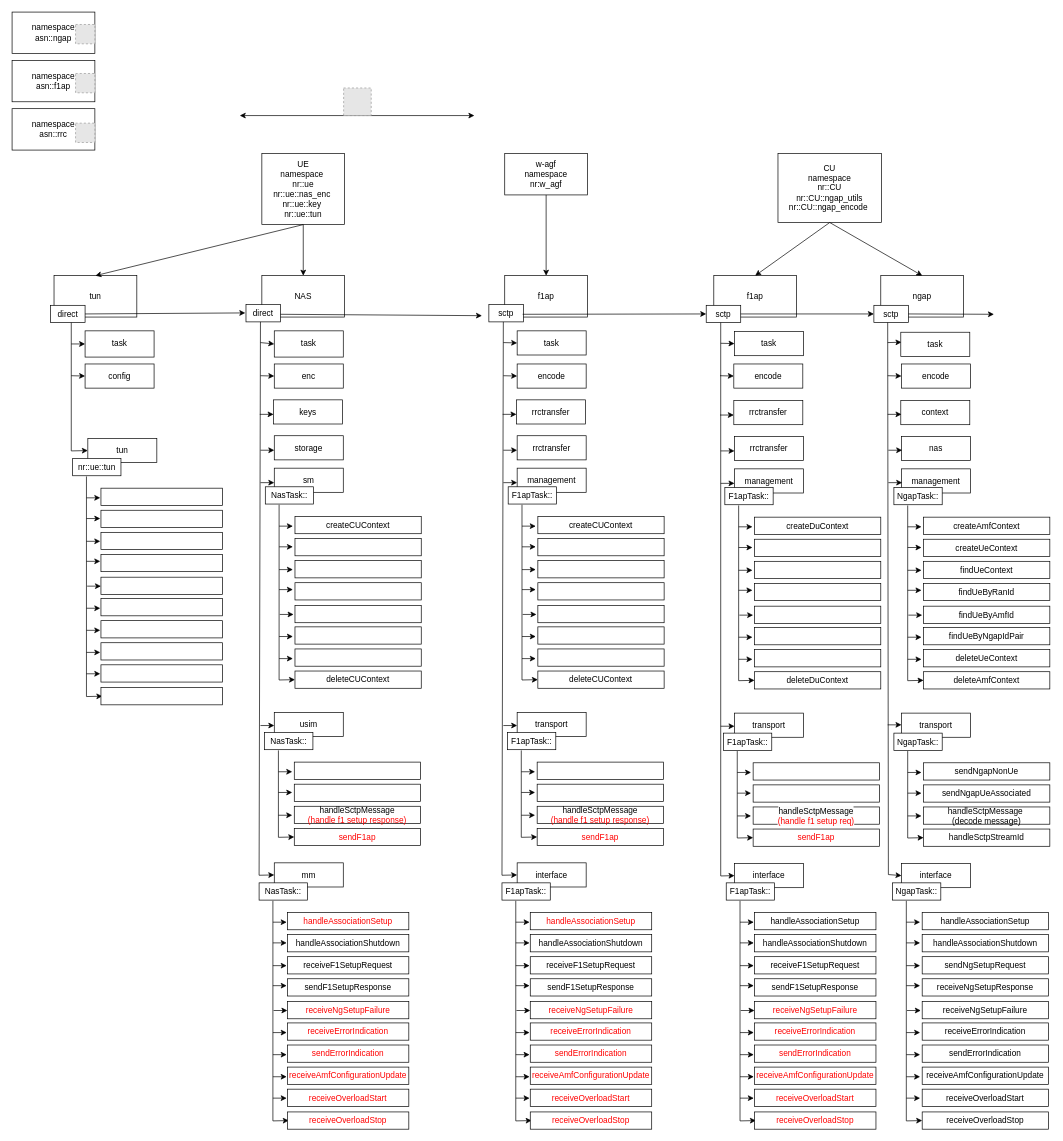
The draw.io diagram page "f1ap & ngap code architecture" (1 of 4) of Diagram of code.drawio in saffanazyan07/z-UERANSIM-W-AGF, before the edit. Source tidied: cells renumbered, new cells numbered last; positions are measured from the earlier drawing's top-left corner, leaving out a move shared by most shapes. Both pictures are drawn from the tidied source at 69%, with x=0, y=0 at pixel (12, 12). Pictures stored in the file or linked from it are replaced by grey dashed boxes.
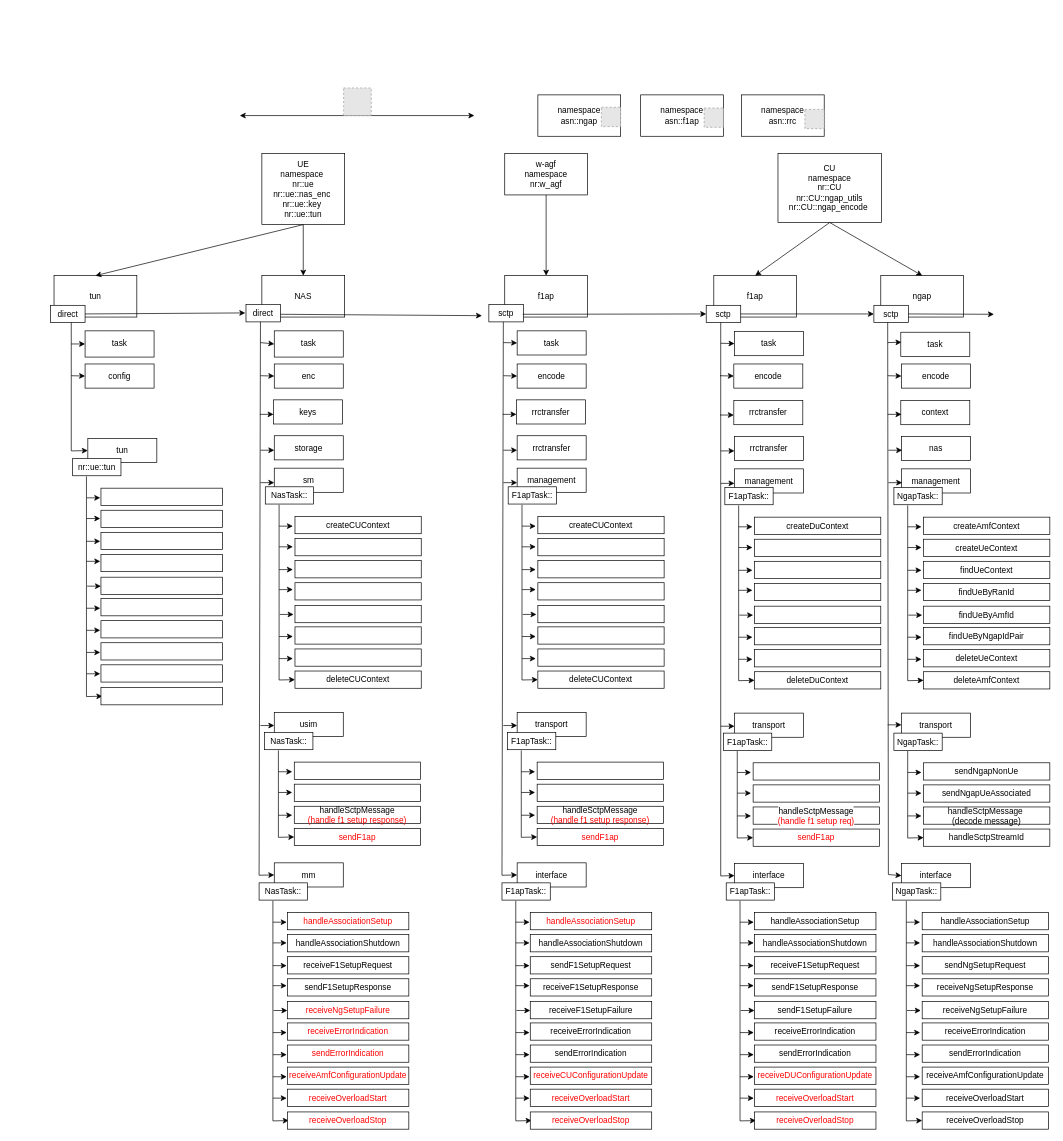
Above is the later version.

The edit, as a diff of the source:
```diff
@@
-    <mxCell id="5" value="namespace asn::ngap" style="rounded=0;whiteSpace=wrap;html=1;" parent="1" vertex="1">
-      <mxGeometry width="120" height="60" as="geometry" />
-    </mxCell>
-    <mxCell id="6" value="namespace&lt;div&gt;asn::f1ap&lt;/div&gt;" style="rounded=0;whiteSpace=wrap;html=1;" parent="1" vertex="1">
-      <mxGeometry y="70" width="120" height="60" as="geometry" />
-    </mxCell>
@@
-    <mxCell id="8" value="namespace&lt;div&gt;asn::rrc&lt;/div&gt;" style="rounded=0;whiteSpace=wrap;html=1;" parent="1" vertex="1">
-      <mxGeometry y="140" width="120" height="60" as="geometry" />
-    </mxCell>
@@
-    <mxCell id="82" value="&lt;span&gt;&lt;font color=&quot;#ff0000&quot;&gt;receiveNgSetupFailure&lt;/font&gt;&lt;/span&gt;" style="rounded=0;whiteSpace=wrap;html=1;fontStyle=0;" parent="1" vertex="1">
+    <mxCell id="82" value="&lt;span&gt;sendF1SetupFailure&lt;/span&gt;" style="rounded=0;whiteSpace=wrap;html=1;fontStyle=0;strokeColor=#000000;" parent="1" vertex="1">
       <mxGeometry x="1076" y="1434" width="176" height="25" as="geometry" />
     </mxCell>
-    <mxCell id="83" value="receiveErrorIndication" style="rounded=0;whiteSpace=wrap;html=1;fontColor=#FF0000;" parent="1" vertex="1">
+    <mxCell id="83" value="&lt;font color=&quot;#000000&quot;&gt;receiveErrorIndication&lt;/font&gt;" style="rounded=0;whiteSpace=wrap;html=1;fontColor=#FF0000;" parent="1" vertex="1">
       <mxGeometry x="1076" y="1465" width="176" height="25" as="geometry" />
     </mxCell>
-    <mxCell id="84" value="&lt;font color=&quot;#ff0000&quot;&gt;sendErrorIndication&lt;/font&gt;" style="rounded=0;whiteSpace=wrap;html=1;" parent="1" vertex="1">
+    <mxCell id="84" value="sendErrorIndication" style="rounded=0;whiteSpace=wrap;html=1;" parent="1" vertex="1">
       <mxGeometry x="1076" y="1497" width="176" height="25" as="geometry" />
     </mxCell>
-    <mxCell id="85" value="&lt;font color=&quot;#ff0000&quot;&gt;receiveAmfConfigurationUpdate&lt;/font&gt;" style="rounded=0;whiteSpace=wrap;html=1;" parent="1" vertex="1">
+    <mxCell id="85" value="&lt;font color=&quot;#ff0000&quot;&gt;receiveDUConfigurationUpdate&lt;/font&gt;" style="rounded=0;whiteSpace=wrap;html=1;" parent="1" vertex="1">
       <mxGeometry x="1076" y="1529" width="176" height="25" as="geometry" />
     </mxCell>
@@
-    <mxCell id="99" value="receiveF1SetupRequest" style="rounded=0;whiteSpace=wrap;html=1;" parent="1" vertex="1">
+    <mxCell id="99" value="sendF1SetupRequest" style="rounded=0;whiteSpace=wrap;html=1;" parent="1" vertex="1">
       <mxGeometry x="751" y="1369" width="176" height="25" as="geometry" />
     </mxCell>
@@
-    <mxCell id="101" value="sendF1SetupResponse" style="rounded=0;whiteSpace=wrap;html=1;" parent="1" vertex="1">
+    <mxCell id="101" value="receiveF1SetupResponse" style="rounded=0;whiteSpace=wrap;html=1;" parent="1" vertex="1">
       <mxGeometry x="751" y="1401" width="176" height="25" as="geometry" />
     </mxCell>
@@
-    <mxCell id="103" value="&lt;span&gt;&lt;font color=&quot;#ff0000&quot;&gt;receiveNgSetupFailure&lt;/font&gt;&lt;/span&gt;" style="rounded=0;whiteSpace=wrap;html=1;fontStyle=0;" parent="1" vertex="1">
+    <mxCell id="103" value="&lt;span&gt;receiveF1SetupFailure&lt;/span&gt;" style="rounded=0;whiteSpace=wrap;html=1;fontStyle=0;" parent="1" vertex="1">
       <mxGeometry x="751" y="1434" width="176" height="25" as="geometry" />
     </mxCell>
-    <mxCell id="104" value="receiveErrorIndication" style="rounded=0;whiteSpace=wrap;html=1;fontColor=#FF0000;" parent="1" vertex="1">
+    <mxCell id="104" value="&lt;font color=&quot;#000000&quot;&gt;receiveErrorIndication&lt;/font&gt;" style="rounded=0;whiteSpace=wrap;html=1;fontColor=#FF0000;" parent="1" vertex="1">
       <mxGeometry x="751" y="1465" width="176" height="25" as="geometry" />
     </mxCell>
-    <mxCell id="105" value="&lt;font color=&quot;#ff0000&quot;&gt;sendErrorIndication&lt;/font&gt;" style="rounded=0;whiteSpace=wrap;html=1;" parent="1" vertex="1">
+    <mxCell id="105" value="sendErrorIndication" style="rounded=0;whiteSpace=wrap;html=1;" parent="1" vertex="1">
       <mxGeometry x="751" y="1497" width="176" height="25" as="geometry" />
     </mxCell>
-    <mxCell id="106" value="&lt;font color=&quot;#ff0000&quot;&gt;receiveAmfConfigurationUpdate&lt;/font&gt;" style="rounded=0;whiteSpace=wrap;html=1;" parent="1" vertex="1">
+    <mxCell id="106" value="&lt;font color=&quot;#ff0000&quot;&gt;receiveCUConfigurationUpdate&lt;/font&gt;" style="rounded=0;whiteSpace=wrap;html=1;" parent="1" vertex="1">
       <mxGeometry x="751" y="1529" width="176" height="25" as="geometry" />
     </mxCell>
@@
-    <mxCell id="180" style="fillColor=#E6E6E6;strokeColor=#999999;dashed=1;verticalLabelPosition=bottom;labelBackgroundColor=default;verticalAlign=top;" parent="1" vertex="1">
-      <mxGeometry x="92" y="18" width="28" height="28" as="geometry" />
-    </mxCell>
-    <mxCell id="181" style="fillColor=#E6E6E6;strokeColor=#999999;dashed=1;verticalLabelPosition=bottom;labelBackgroundColor=default;verticalAlign=top;" parent="1" vertex="1">
-      <mxGeometry x="92" y="89" width="28" height="28" as="geometry" />
-    </mxCell>
-    <mxCell id="182" style="fillColor=#E6E6E6;strokeColor=#999999;dashed=1;verticalLabelPosition=bottom;labelBackgroundColor=default;verticalAlign=top;" parent="1" vertex="1">
-      <mxGeometry x="92" y="161" width="28" height="28" as="geometry" />
-    </mxCell>
@@
+    <mxCell id="5" value="namespace asn::ngap" style="rounded=0;whiteSpace=wrap;html=1;" parent="1" vertex="1">
+      <mxGeometry x="762" y="120" width="120" height="60" as="geometry" />
+    </mxCell>
+    <mxCell id="6" value="namespace&lt;div&gt;asn::f1ap&lt;/div&gt;" style="rounded=0;whiteSpace=wrap;html=1;" parent="1" vertex="1">
+      <mxGeometry x="911" y="120" width="120" height="60" as="geometry" />
+    </mxCell>
+    <mxCell id="8" value="namespace&lt;div&gt;asn::rrc&lt;/div&gt;" style="rounded=0;whiteSpace=wrap;html=1;" parent="1" vertex="1">
+      <mxGeometry x="1057" y="120" width="120" height="60" as="geometry" />
+    </mxCell>
+    <mxCell id="307" style="fillColor=#E6E6E6;strokeColor=#999999;dashed=1;verticalLabelPosition=bottom;labelBackgroundColor=default;verticalAlign=top;" parent="1" vertex="1">
+      <mxGeometry x="854" y="138" width="28" height="28" as="geometry" />
+    </mxCell>
+    <mxCell id="308" style="fillColor=#E6E6E6;strokeColor=#999999;dashed=1;verticalLabelPosition=bottom;labelBackgroundColor=default;verticalAlign=top;" parent="1" vertex="1">
+      <mxGeometry x="1003" y="139" width="28" height="28" as="geometry" />
+    </mxCell>
+    <mxCell id="309" style="fillColor=#E6E6E6;strokeColor=#999999;dashed=1;verticalLabelPosition=bottom;labelBackgroundColor=default;verticalAlign=top;" parent="1" vertex="1">
+      <mxGeometry x="1149" y="141" width="28" height="28" as="geometry" />
+    </mxCell>
```
